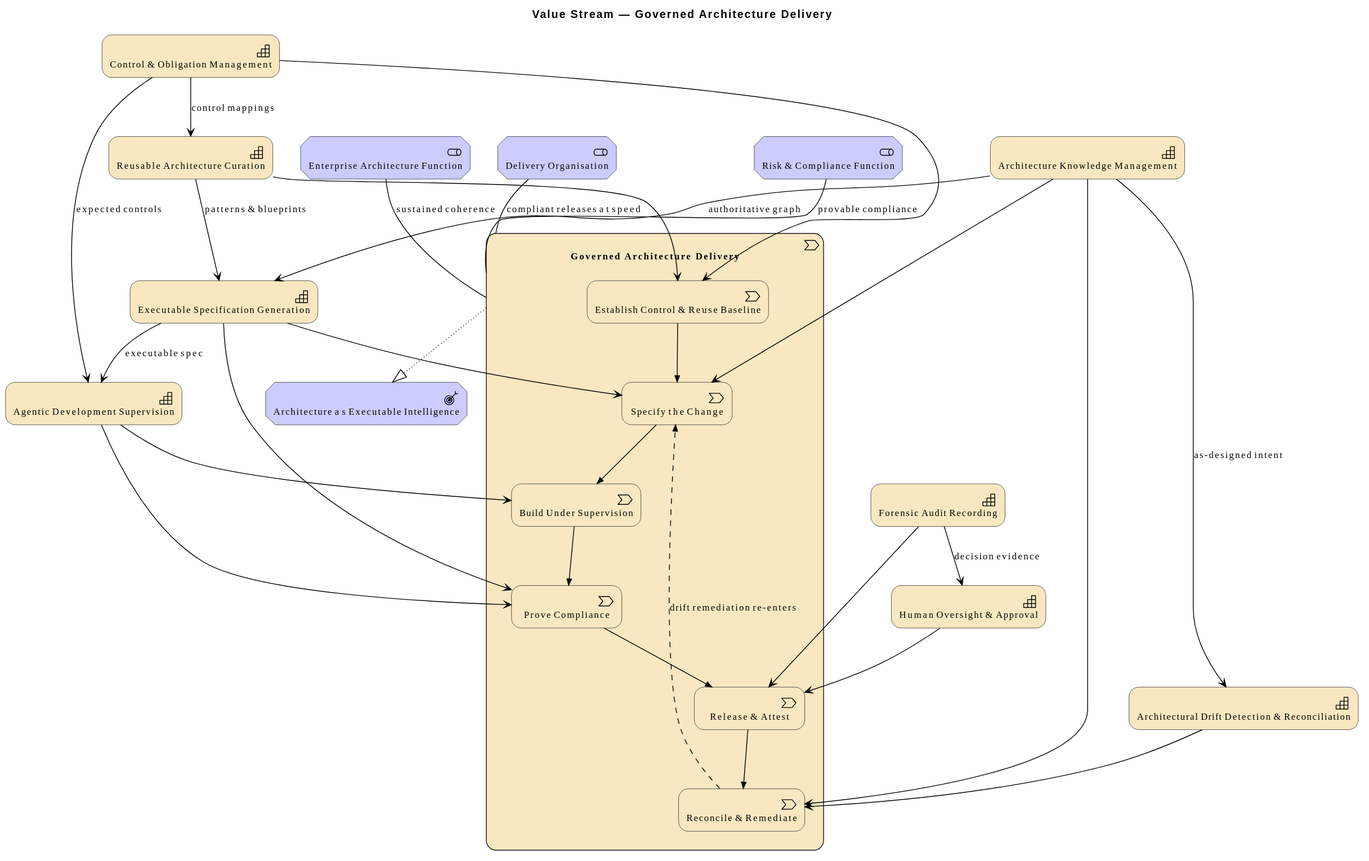
Before: architecture/model/diagrams/vision/value-stream.svg, a diagram exported from PlantUML (wolffy-au/frictionless-architect). Source of this version:
```plantuml
@startuml
!include <archimate/Archimate>

title Value Stream — Governed Architecture Delivery

Motivation_Stakeholder(e_id3bf463ccf22a53, "Enterprise Architecture Function")
Motivation_Stakeholder(e_idb1fdf098c7c056, "Delivery Organisation")
Motivation_Stakeholder(e_id133bbac4b3e450, "Risk & Compliance Function")
Motivation_Outcome(e_idfbcf1e02e62655, "Architecture as Executable Intelligence")
Strategy_Capability(e_id18ec07397a9d5f, "Architecture Knowledge Management")
Strategy_Capability(e_idafba1b4ab1e756, "Executable Specification Generation")
Strategy_Capability(e_id4a1c34ab69d151, "Agentic Development Supervision")
Strategy_Capability(e_idc29413a2099958, "Forensic Audit Recording")
Strategy_Capability(e_id41aa3eb894c852, "Architectural Drift Detection & Reconciliation")
Strategy_Capability(e_id08f340a094e552, "Human Oversight & Approval")
Strategy_Capability(e_id72468b5b403450, "Control & Obligation Management")
Strategy_Capability(e_id752d1de3794f5f, "Reusable Architecture Curation")
Strategy_ValueStream(e_idcd5e1d4017725d, "Governed Architecture Delivery") {
  Strategy_ValueStream(e_id447909387df55c, "Establish Control & Reuse Baseline")
  Strategy_ValueStream(e_id01dab436206551, "Specify the Change")
  Strategy_ValueStream(e_id36fbfe00214758, "Build Under Supervision")
  Strategy_ValueStream(e_idb542830057125a, "Prove Compliance")
  Strategy_ValueStream(e_idf362f39778065d, "Release & Attest")
  Strategy_ValueStream(e_iddd4585a6a08153, "Reconcile & Remediate")
}

Rel_Association(e_idb1fdf098c7c056, e_idcd5e1d4017725d, "compliant releases at speed")
Rel_Association(e_id3bf463ccf22a53, e_idcd5e1d4017725d, "sustained coherence")
Rel_Association(e_id133bbac4b3e450, e_idcd5e1d4017725d, "provable compliance")
Rel_Realization(e_idcd5e1d4017725d, e_idfbcf1e02e62655, "")
Rel_Serving(e_id72468b5b403450, e_id447909387df55c, "")
Rel_Serving(e_id752d1de3794f5f, e_id447909387df55c, "")
Rel_Serving(e_id18ec07397a9d5f, e_id01dab436206551, "")
Rel_Serving(e_idafba1b4ab1e756, e_id01dab436206551, "")
Rel_Serving(e_id4a1c34ab69d151, e_id36fbfe00214758, "")
Rel_Serving(e_id4a1c34ab69d151, e_idb542830057125a, "")
Rel_Serving(e_idafba1b4ab1e756, e_idb542830057125a, "")
Rel_Serving(e_idc29413a2099958, e_idf362f39778065d, "")
Rel_Serving(e_id08f340a094e552, e_idf362f39778065d, "")
Rel_Serving(e_id41aa3eb894c852, e_iddd4585a6a08153, "")
Rel_Serving(e_id18ec07397a9d5f, e_iddd4585a6a08153, "")
Rel_Triggering(e_id447909387df55c, e_id01dab436206551, "")
Rel_Triggering(e_id01dab436206551, e_id36fbfe00214758, "")
Rel_Triggering(e_id36fbfe00214758, e_idb542830057125a, "")
Rel_Triggering(e_idb542830057125a, e_idf362f39778065d, "")
Rel_Triggering(e_idf362f39778065d, e_iddd4585a6a08153, "")
Rel_Flow(e_iddd4585a6a08153, e_id01dab436206551, "drift remediation re-enters")
Rel_Serving(e_id18ec07397a9d5f, e_idafba1b4ab1e756, "authoritative graph")
Rel_Serving(e_id18ec07397a9d5f, e_id41aa3eb894c852, "as-designed intent")
Rel_Serving(e_id752d1de3794f5f, e_idafba1b4ab1e756, "patterns & blueprints")
Rel_Serving(e_id72468b5b403450, e_id752d1de3794f5f, "control mappings")
Rel_Serving(e_id72468b5b403450, e_id4a1c34ab69d151, "expected controls")
Rel_Serving(e_idafba1b4ab1e756, e_id4a1c34ab69d151, "executable spec")
Rel_Serving(e_idc29413a2099958, e_id08f340a094e552, "decision evidence")
@enduml
```
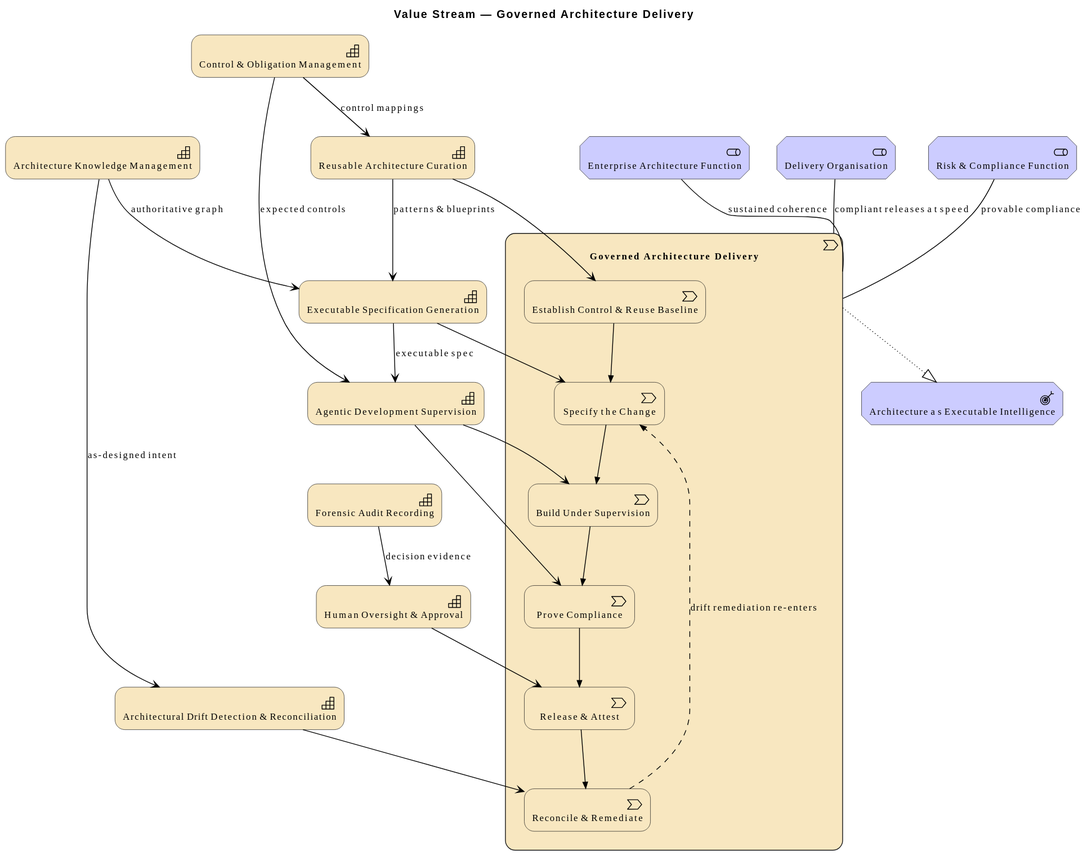
The same diagram one commit later.

What changed in the source:
```diff
@@ -28,17 +28,12 @@
 Rel_Association(e_id3bf463ccf22a53, e_idcd5e1d4017725d, "sustained coherence")
 Rel_Association(e_id133bbac4b3e450, e_idcd5e1d4017725d, "provable compliance")
 Rel_Realization(e_idcd5e1d4017725d, e_idfbcf1e02e62655, "")
-Rel_Serving(e_id72468b5b403450, e_id447909387df55c, "")
 Rel_Serving(e_id752d1de3794f5f, e_id447909387df55c, "")
-Rel_Serving(e_id18ec07397a9d5f, e_id01dab436206551, "")
 Rel_Serving(e_idafba1b4ab1e756, e_id01dab436206551, "")
 Rel_Serving(e_id4a1c34ab69d151, e_id36fbfe00214758, "")
 Rel_Serving(e_id4a1c34ab69d151, e_idb542830057125a, "")
-Rel_Serving(e_idafba1b4ab1e756, e_idb542830057125a, "")
-Rel_Serving(e_idc29413a2099958, e_idf362f39778065d, "")
 Rel_Serving(e_id08f340a094e552, e_idf362f39778065d, "")
 Rel_Serving(e_id41aa3eb894c852, e_iddd4585a6a08153, "")
-Rel_Serving(e_id18ec07397a9d5f, e_iddd4585a6a08153, "")
 Rel_Triggering(e_id447909387df55c, e_id01dab436206551, "")
 Rel_Triggering(e_id01dab436206551, e_id36fbfe00214758, "")
 Rel_Triggering(e_id36fbfe00214758, e_idb542830057125a, "")
```
